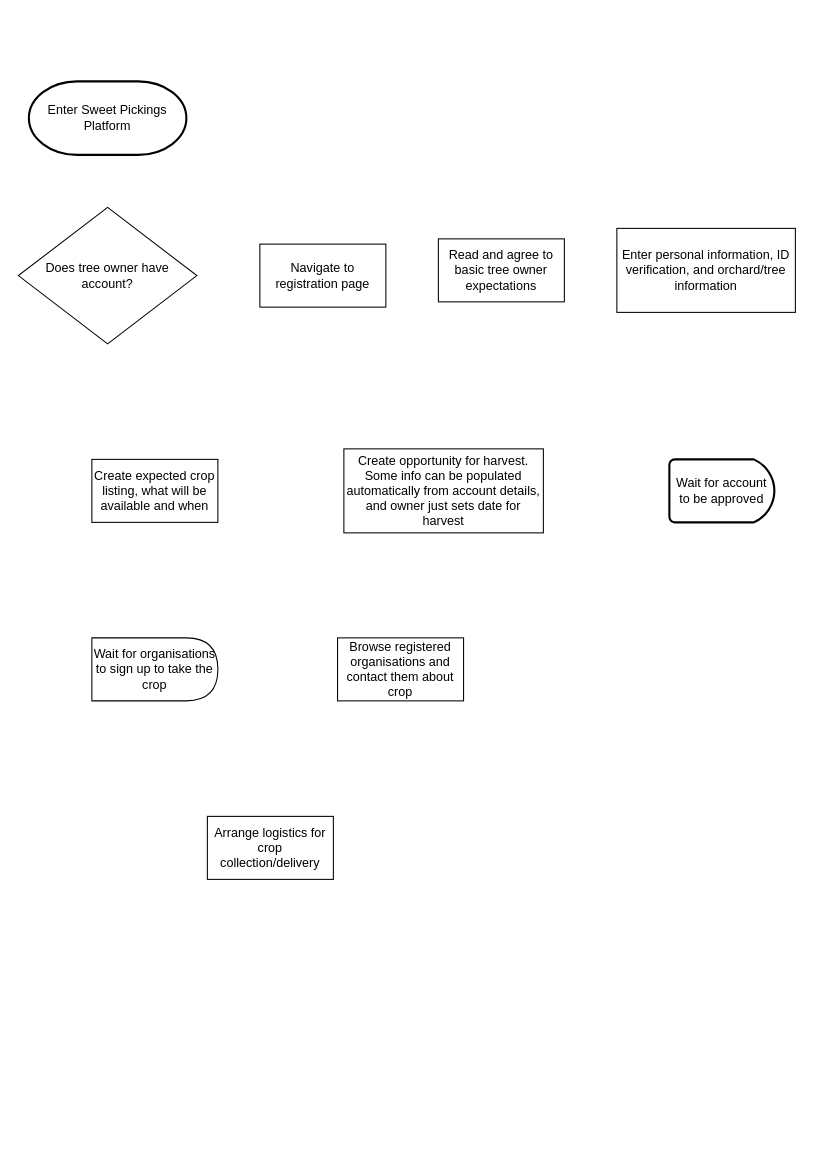
This is page "Tree Owner Process Diagram" (2 of 5) of SweetPickingsProcessDiagram.drawio from ellajh/SweetPickings, a draw.io file, before an edit. Source tidied: cells renumbered, new cells numbered last; positions are measured from the earlier drawing's top-left corner, leaving out a move shared by most shapes. Both pictures are drawn from the tidied source at 105%, with x=0, y=0 at pixel (18, 81).
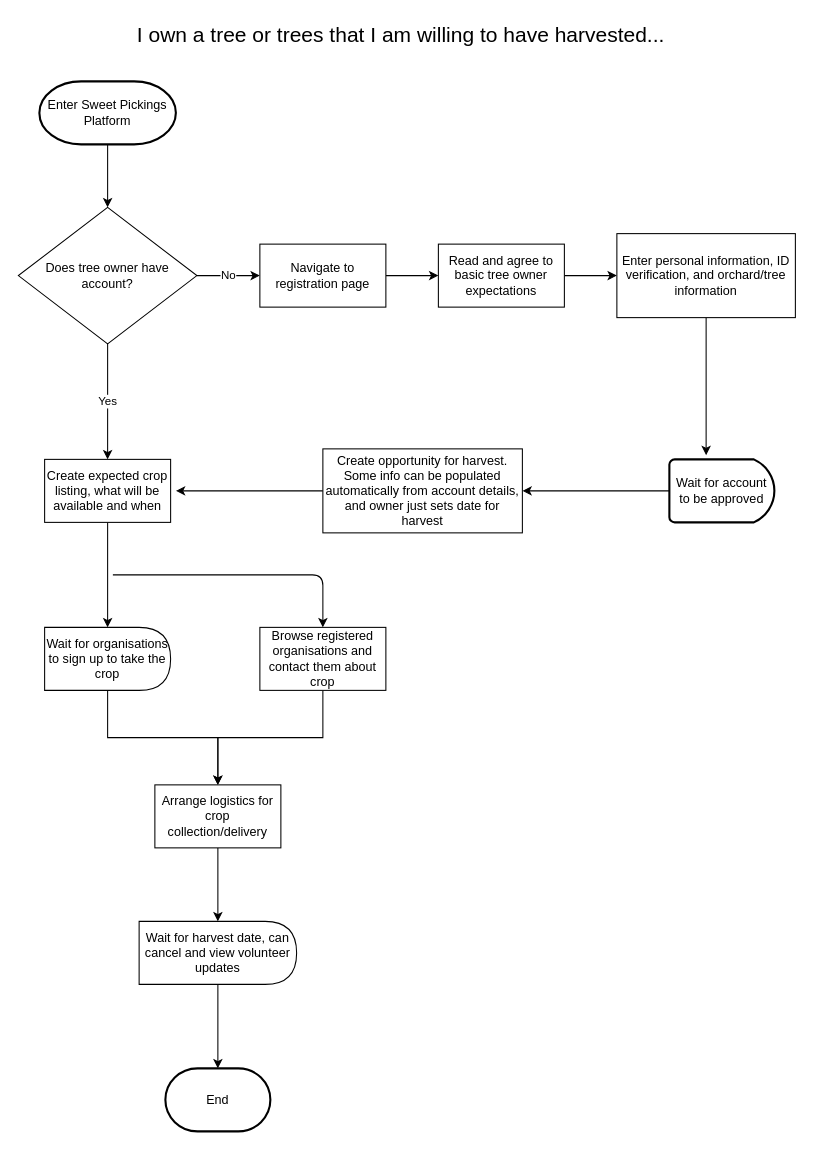
The same page after the edit.

The change refers to these unchanged cells:
```xml
<mxCell id="3" value="Does tree owner have account?" style="rhombus;whiteSpace=wrap;html=1;" parent="1" vertex="1">
  <mxGeometry y="120" width="170" height="130" as="geometry" />
</mxCell>
<mxCell id="4" value="Navigate to registration page" style="rounded=0;whiteSpace=wrap;html=1;" parent="1" vertex="1">
  <mxGeometry x="230" y="155" width="120" height="60" as="geometry" />
</mxCell>
<mxCell id="7" value="Wait for account to be approved" style="strokeWidth=2;html=1;shape=mxgraph.flowchart.delay;whiteSpace=wrap;" parent="1" vertex="1">
  <mxGeometry x="620" y="360" width="100" height="60" as="geometry" />
</mxCell>
```

Change to the diagram source:
```diff
@@
+    <mxCell id="13" style="edgeStyle=orthogonalEdgeStyle;rounded=0;jettySize=auto;html=1;" parent="1" edge="1" source="2" target="3">
+      <mxGeometry relative="1" as="geometry" />
+    </mxCell>
     <mxCell id="2" value="&lt;div&gt;Enter Sweet Pickings Platform&lt;/div&gt;" style="strokeWidth=2;html=1;shape=mxgraph.flowchart.terminator;whiteSpace=wrap;" parent="1" vertex="1">
-      <mxGeometry x="10" width="150" height="70" as="geometry" />
+      <mxGeometry x="20" width="130" height="60" as="geometry" />
     </mxCell>
+    <mxCell id="14" value="No" style="edgeStyle=orthogonalEdgeStyle;rounded=0;jettySize=auto;html=1;" parent="1" edge="1" source="3" target="4">
+      <mxGeometry relative="1" as="geometry" />
+    </mxCell>
+    <mxCell id="15" value="Yes" style="edgeStyle=orthogonalEdgeStyle;rounded=0;jettySize=auto;html=1;" parent="1" edge="1" source="3" target="9">
+      <mxGeometry relative="1" as="geometry" />
+    </mxCell>
@@
+    <mxCell id="16" style="edgeStyle=orthogonalEdgeStyle;rounded=0;jettySize=auto;html=1;" parent="1" edge="1" source="4" target="5">
+      <mxGeometry relative="1" as="geometry" />
+    </mxCell>
@@
+    <mxCell id="17" style="edgeStyle=orthogonalEdgeStyle;rounded=0;jettySize=auto;html=1;" parent="1" edge="1" source="5" target="6">
+      <mxGeometry relative="1" as="geometry" />
+    </mxCell>
     <mxCell id="5" value="Read and agree to basic tree owner expectations" style="rounded=0;whiteSpace=wrap;html=1;" parent="1" vertex="1">
-      <mxGeometry x="400" y="150" width="120" height="60" as="geometry" />
+      <mxGeometry x="400" y="155" width="120" height="60" as="geometry" />
     </mxCell>
+    <mxCell id="18" style="edgeStyle=orthogonalEdgeStyle;rounded=0;jettySize=auto;html=1;entryX=0.35;entryY=-0.067;entryDx=0;entryDy=0;entryPerimeter=0;" parent="1" edge="1" source="6" target="7">
+      <mxGeometry relative="1" as="geometry" />
+    </mxCell>
     <mxCell id="6" value="&lt;div&gt;Enter personal information, ID verification, and orchard/tree information&lt;/div&gt;" style="rounded=0;whiteSpace=wrap;html=1;" parent="1" vertex="1">
-      <mxGeometry x="570" y="140" width="170" height="80" as="geometry" />
+      <mxGeometry x="570" y="145" width="170" height="80" as="geometry" />
     </mxCell>
+    <mxCell id="19" style="edgeStyle=orthogonalEdgeStyle;rounded=0;jettySize=auto;html=1;entryX=1;entryY=0.5;entryDx=0;entryDy=0;" parent="1" edge="1" source="7" target="8">
+      <mxGeometry relative="1" as="geometry" />
+    </mxCell>
@@
+    <mxCell id="20" style="edgeStyle=orthogonalEdgeStyle;rounded=0;jettySize=auto;html=1;" parent="1" edge="1" source="8">
+      <mxGeometry relative="1" as="geometry">
+        <mxPoint x="150" y="390" as="targetPoint" />
+      </mxGeometry>
+    </mxCell>
     <mxCell id="8" value="Create opportunity for harvest. Some info can be populated automatically from account details, and owner just sets date for harvest" style="rounded=0;whiteSpace=wrap;html=1;" parent="1" vertex="1">
-      <mxGeometry x="310" y="350" width="190" height="80" as="geometry" />
+      <mxGeometry x="290" y="350" width="190" height="80" as="geometry" />
     </mxCell>
+    <mxCell id="21" style="edgeStyle=orthogonalEdgeStyle;rounded=0;jettySize=auto;html=1;" parent="1" edge="1" source="9" target="10">
+      <mxGeometry relative="1" as="geometry" />
+    </mxCell>
     <mxCell id="9" value="Create expected crop listing, what will be available and when " style="rounded=0;whiteSpace=wrap;html=1;" parent="1" vertex="1">
-      <mxGeometry x="70" y="360" width="120" height="60" as="geometry" />
+      <mxGeometry x="25" y="360" width="120" height="60" as="geometry" />
     </mxCell>
+    <mxCell id="22" style="edgeStyle=orthogonalEdgeStyle;rounded=0;jettySize=auto;html=1;" parent="1" edge="1" source="10" target="12">
+      <mxGeometry relative="1" as="geometry" />
+    </mxCell>
     <mxCell id="10" value="Wait for organisations to sign up to take the crop" style="shape=delay;whiteSpace=wrap;html=1;" parent="1" vertex="1">
-      <mxGeometry x="70" y="530" width="120" height="60" as="geometry" />
+      <mxGeometry x="25" y="520" width="120" height="60" as="geometry" />
     </mxCell>
+    <mxCell id="23" style="edgeStyle=orthogonalEdgeStyle;rounded=0;jettySize=auto;html=1;entryX=0.5;entryY=0;entryDx=0;entryDy=0;" parent="1" edge="1" source="11" target="12">
+      <mxGeometry relative="1" as="geometry" />
+    </mxCell>
     <mxCell id="11" value="Browse registered organisations and contact them about crop" style="rounded=0;whiteSpace=wrap;html=1;" parent="1" vertex="1">
-      <mxGeometry x="304" y="530" width="120" height="60" as="geometry" />
+      <mxGeometry x="230" y="520" width="120" height="60" as="geometry" />
     </mxCell>
+    <mxCell id="24" style="edgeStyle=orthogonalEdgeStyle;rounded=0;jettySize=auto;html=1;" parent="1" edge="1" source="12" target="27">
+      <mxGeometry relative="1" as="geometry" />
+    </mxCell>
     <mxCell id="12" value="Arrange logistics for crop collection/delivery" style="rounded=0;whiteSpace=wrap;html=1;" parent="1" vertex="1">
-      <mxGeometry x="180" y="700" width="120" height="60" as="geometry" />
+      <mxGeometry x="130" y="670" width="120" height="60" as="geometry" />
     </mxCell>
+    <mxCell id="25" style="endArrow=classic;html=1;entryX=0.5;entryY=0;entryDx=0;entryDy=0;" parent="1" edge="1" target="11">
+      <mxGeometry relative="1" as="geometry">
+        <mxPoint x="90" y="470" as="sourcePoint" />
+        <Array as="points">
+          <mxPoint x="290" y="470" />
+        </Array>
+      </mxGeometry>
+    </mxCell>
+    <mxCell id="26" style="edgeStyle=orthogonalEdgeStyle;rounded=0;jettySize=auto;html=1;" parent="1" edge="1" source="27" target="28">
+      <mxGeometry relative="1" as="geometry" />
+    </mxCell>
+    <mxCell id="27" value="Wait for harvest date, can cancel and view volunteer updates" style="shape=delay;whiteSpace=wrap;html=1;" parent="1" vertex="1">
+      <mxGeometry x="115" y="800" width="150" height="60" as="geometry" />
+    </mxCell>
+    <mxCell id="28" value="End" style="strokeWidth=2;html=1;shape=mxgraph.flowchart.terminator;whiteSpace=wrap;" parent="1" vertex="1">
+      <mxGeometry x="140" y="940" width="100" height="60" as="geometry" />
+    </mxCell>
+    <mxCell id="29" value="I own a tree or trees that I am willing to have harvested..." style="text;html=1;align=center;verticalAlign=middle;fillColor=none;strokeColor=none;rounded=0;fontSize=20;" parent="1" vertex="1">
+      <mxGeometry x="104" y="-60" width="520" height="30" as="geometry" />
+    </mxCell>
```
